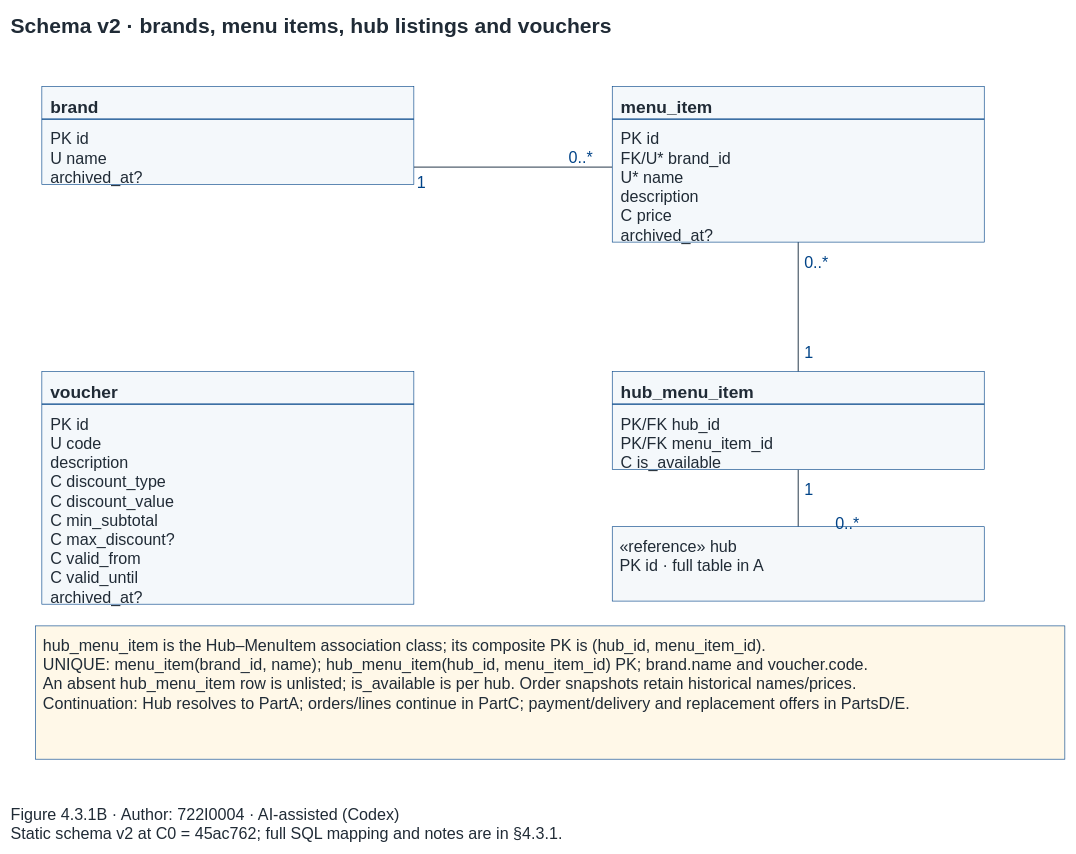
The draw.io diagram models/shared/erd_schema_v2_PartB.drawio in Dat071104/SaigonBite, before the edit. Source tidied: cells renumbered, new cells numbered last; positions are measured from the earlier drawing's top-left corner, leaving out a move shared by most shapes. Both pictures are drawn from the tidied source at 62%, with x=0, y=0 at pixel (11, 11).
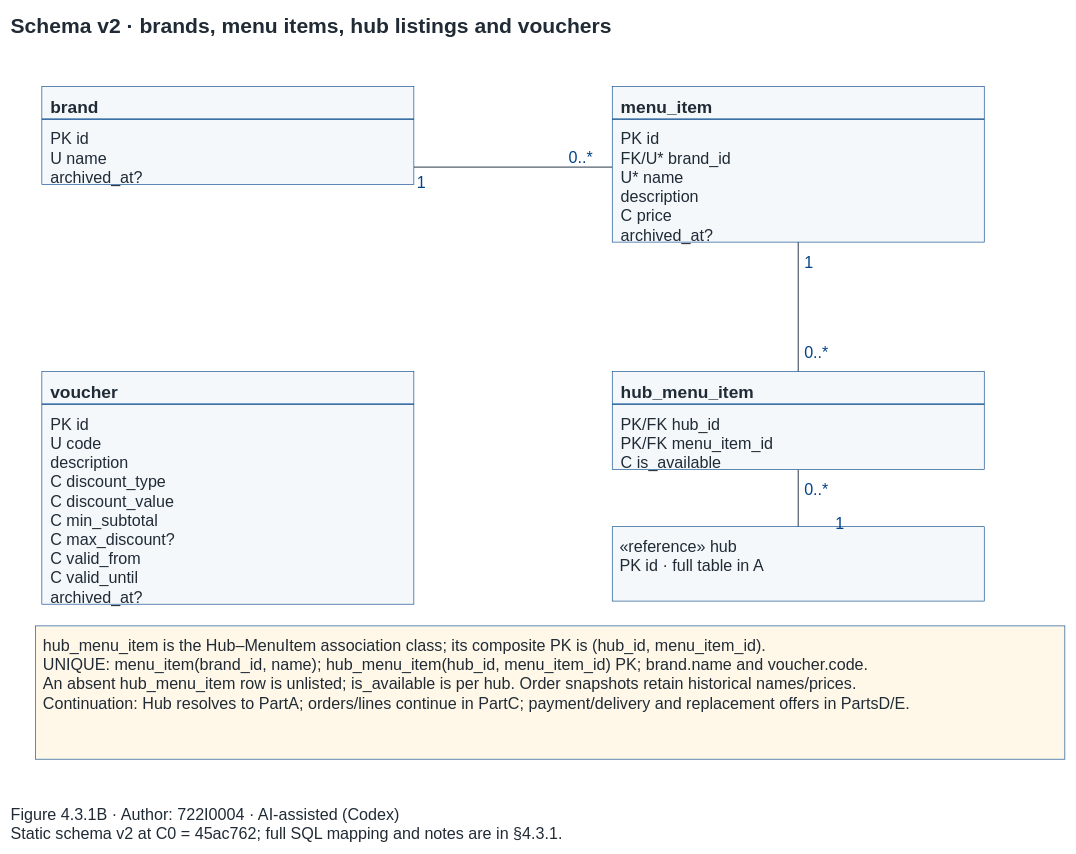
After the change.

Commit message (it also covers changes not shown here):
Part 2 Phase 3: correct ERD multiplicities and endpoint attachment

Change to the diagram source:
```diff
@@
-    <mxCell id="20" value="&lt;div&gt;1&lt;/div&gt;" style="text;html=1;strokeColor=none;fillColor=none;whiteSpace=wrap;align=left;verticalAlign=top;spacing=0;fontFamily=Arial;fontSize=26;fontColor=#004387;fontStyle=0;" parent="1" vertex="1">
-      <mxGeometry x="1280" y="532" width="22.5" height="32.5" as="geometry" />
+    <mxCell id="20" value="&lt;div&gt;0..*&lt;/div&gt;" style="text;html=1;strokeColor=none;fillColor=none;whiteSpace=wrap;align=left;verticalAlign=top;spacing=0;fontFamily=Arial;fontSize=26;fontColor=#004387;fontStyle=0;" parent="1" vertex="1">
+      <mxGeometry x="1280" y="532" width="47" height="32.5" as="geometry" />
     </mxCell>
-    <mxCell id="21" value="&lt;div&gt;0..*&lt;/div&gt;" style="text;html=1;strokeColor=none;fillColor=none;whiteSpace=wrap;align=left;verticalAlign=top;spacing=0;fontFamily=Arial;fontSize=26;fontColor=#004387;fontStyle=0;" parent="1" vertex="1">
-      <mxGeometry x="1280" y="387" width="47" height="32.5" as="geometry" />
+    <mxCell id="21" value="&lt;div&gt;1&lt;/div&gt;" style="text;html=1;strokeColor=none;fillColor=none;whiteSpace=wrap;align=left;verticalAlign=top;spacing=0;fontFamily=Arial;fontSize=26;fontColor=#004387;fontStyle=0;" parent="1" vertex="1">
+      <mxGeometry x="1280" y="387" width="22.5" height="32.5" as="geometry" />
     </mxCell>
-    <mxCell id="22" value="&lt;div&gt;1&lt;/div&gt;" style="text;html=1;strokeColor=none;fillColor=none;whiteSpace=wrap;align=left;verticalAlign=top;spacing=0;fontFamily=Arial;fontSize=26;fontColor=#004387;fontStyle=0;" parent="1" vertex="1">
-      <mxGeometry x="1280" y="752" width="22.5" height="32.5" as="geometry" />
+    <mxCell id="22" value="&lt;div&gt;0..*&lt;/div&gt;" style="text;html=1;strokeColor=none;fillColor=none;whiteSpace=wrap;align=left;verticalAlign=top;spacing=0;fontFamily=Arial;fontSize=26;fontColor=#004387;fontStyle=0;" parent="1" vertex="1">
+      <mxGeometry x="1280" y="752" width="47" height="32.5" as="geometry" />
     </mxCell>
-    <mxCell id="23" value="&lt;div&gt;0..*&lt;/div&gt;" style="text;html=1;strokeColor=none;fillColor=none;whiteSpace=wrap;align=left;verticalAlign=top;spacing=0;fontFamily=Arial;fontSize=26;fontColor=#004387;fontStyle=0;" parent="1" vertex="1">
-      <mxGeometry x="1330" y="807" width="47" height="32.5" as="geometry" />
+    <mxCell id="23" value="&lt;div&gt;1&lt;/div&gt;" style="text;html=1;strokeColor=none;fillColor=none;whiteSpace=wrap;align=left;verticalAlign=top;spacing=0;fontFamily=Arial;fontSize=26;fontColor=#004387;fontStyle=0;" parent="1" vertex="1">
+      <mxGeometry x="1330" y="807" width="22.5" height="32.5" as="geometry" />
     </mxCell>
```
